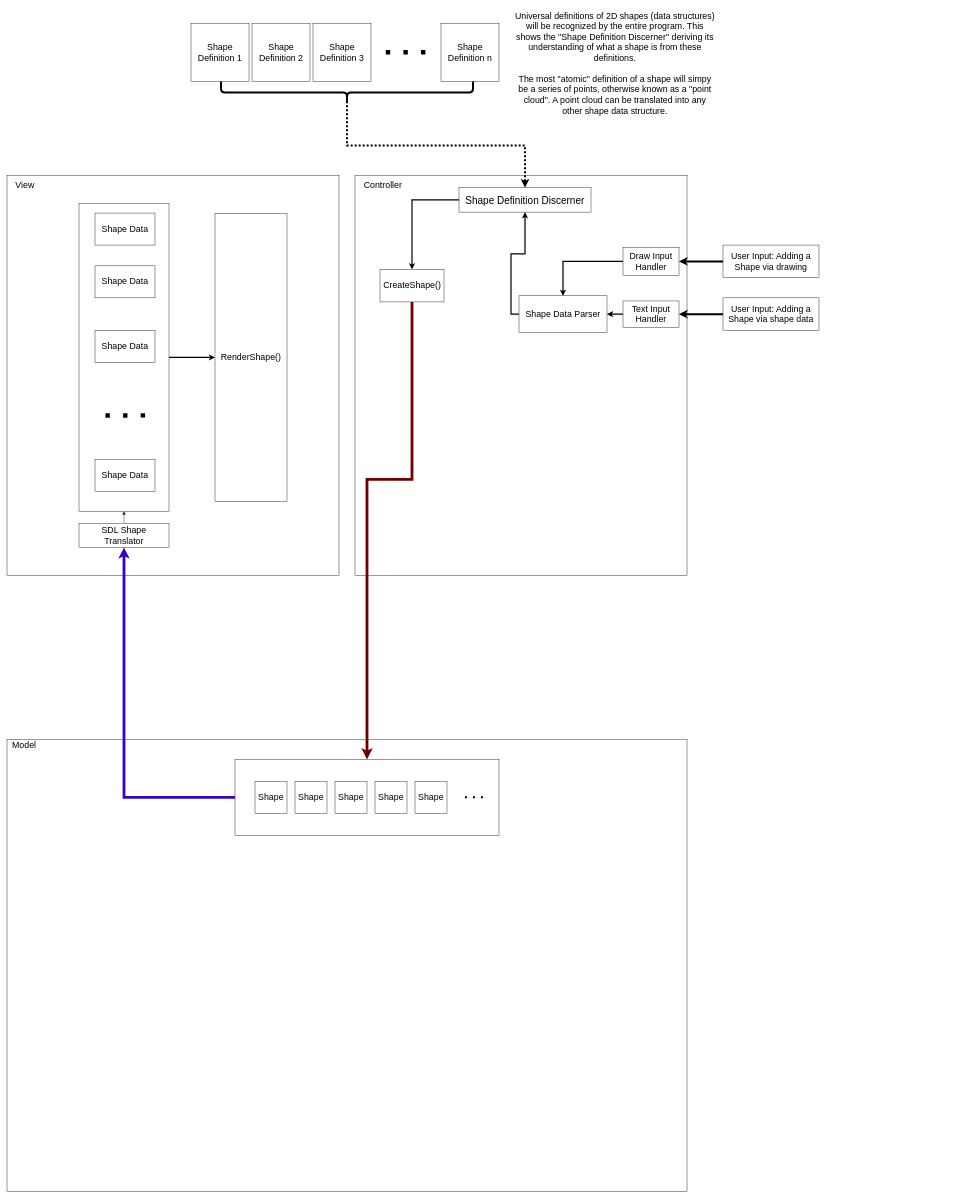
The draw.io diagram documentation/Architectural Diagrams/View Architecture.drawio in Argyraspides/Telos, before the edit. Source tidied: cells renumbered, new cells numbered last; positions are measured from the earlier drawing's top-left corner, leaving out a move shared by most shapes. Both pictures are drawn from the tidied source at 40%, with x=0, y=0 at pixel (7, 7).
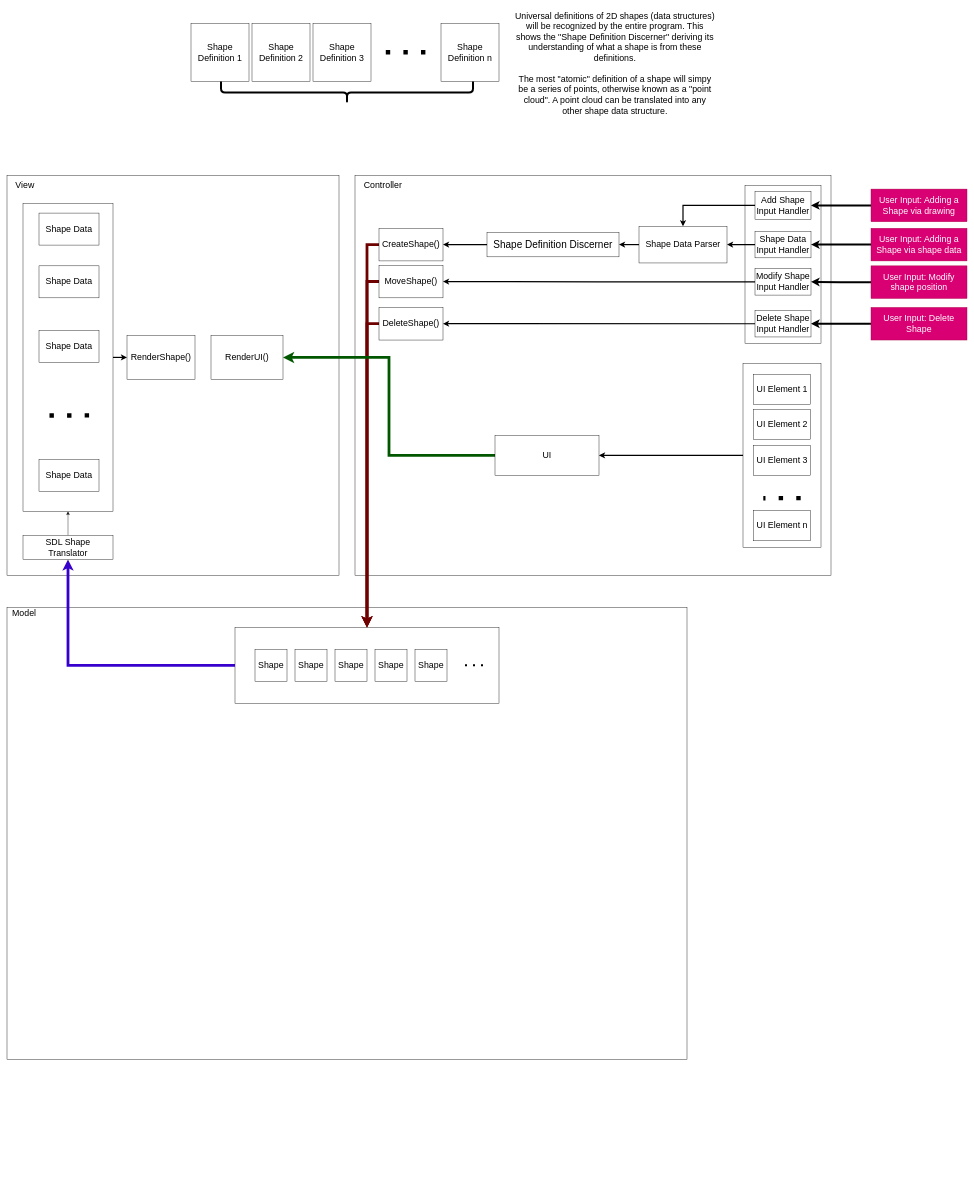
The same page after the edit.

Commit message (it also covers changes not shown here):
Added simple model view and added shape adder

Unchanged cells that the change refers to:
```xml
<mxCell id="7" style="rounded=0;whiteSpace=wrap;html=1;" parent="6" vertex="1">
  <mxGeometry width="660" height="190" as="geometry" />
</mxCell>
<mxCell id="20" style="shape=curlyBracket;whiteSpace=wrap;html=1;rounded=1;flipH=1;labelPosition=right;verticalLabelPosition=middle;align=left;verticalAlign=middle;direction=north;size=0.5;strokeWidth=5;" parent="14" vertex="1">
  <mxGeometry x="75" y="145" width="630" height="55" as="geometry" />
</mxCell>
```

Change to the diagram source:
```diff
@@
     <mxCell id="3" style="group;" parent="1" vertex="1">
-      <mxGeometry y="1831" width="1700" height="1130" as="geometry" />
+      <mxGeometry y="1501" width="1700" height="1130" as="geometry" />
     </mxCell>
@@
     <mxCell id="21" style="rounded=0;whiteSpace=wrap;html=1;" parent="1" vertex="1">
-      <mxGeometry x="870" y="421" width="830" height="1000" as="geometry" />
+      <mxGeometry x="870" y="421" width="1190" height="1000" as="geometry" />
     </mxCell>
     <mxCell id="22" value="Shape Definition Discerner" style="rounded=0;whiteSpace=wrap;html=1;fontSize=25;" parent="1" vertex="1">
-      <mxGeometry x="1130" y="451.6" width="330" height="61.2" as="geometry" />
+      <mxGeometry x="1200" y="563.4" width="330" height="61.2" as="geometry" />
     </mxCell>
+    <mxCell id="36" style="edgeStyle=orthogonalEdgeStyle;rounded=0;jettySize=auto;html=1;exitX=0;exitY=0.5;exitDx=0;exitDy=0;entryX=0.5;entryY=0;entryDx=0;entryDy=0;strokeWidth=7;fillColor=#a20025;strokeColor=#6F0000;" parent="1" edge="1" source="23" target="7">
+      <mxGeometry relative="1" as="geometry" />
+    </mxCell>
     <mxCell id="23" value="&lt;font style=&quot;font-size: 22px;&quot;&gt;CreateShape()&lt;/font&gt;" style="rounded=0;whiteSpace=wrap;html=1;" parent="1" vertex="1">
-      <mxGeometry x="932.5" y="655.7" width="160" height="81.6" as="geometry" />
+      <mxGeometry x="930" y="553.2" width="160" height="81.6" as="geometry" />
     </mxCell>
-    <mxCell id="24" style="edgeStyle=orthogonalEdgeStyle;rounded=0;jettySize=auto;html=1;exitX=0;exitY=0.5;exitDx=0;exitDy=0;entryX=0.5;entryY=0;entryDx=0;entryDy=0;strokeWidth=3;" parent="1" edge="1" source="22" target="23">
+    <mxCell id="24" style="edgeStyle=orthogonalEdgeStyle;rounded=0;jettySize=auto;html=1;exitX=0;exitY=0.5;exitDx=0;exitDy=0;entryX=1;entryY=0.5;entryDx=0;entryDy=0;strokeWidth=3;" parent="1" edge="1" source="22" target="23">
       <mxGeometry relative="1" as="geometry" />
     </mxCell>
-    <mxCell id="25" value="Draw Input&lt;br&gt;Handler" style="rounded=0;whiteSpace=wrap;html=1;fontSize=22;" parent="1" vertex="1">
-      <mxGeometry x="1540" y="601" width="140" height="70" as="geometry" />
-    </mxCell>
-    <mxCell id="26" style="edgeStyle=orthogonalEdgeStyle;rounded=0;jettySize=auto;html=1;exitX=0;exitY=0.5;exitDx=0;exitDy=0;entryX=0.5;entryY=1;entryDx=0;entryDy=0;strokeWidth=3;" parent="1" edge="1" source="27" target="22">
+    <mxCell id="26" style="edgeStyle=orthogonalEdgeStyle;rounded=0;jettySize=auto;html=1;exitX=0;exitY=0.5;exitDx=0;exitDy=0;entryX=1;entryY=0.5;entryDx=0;entryDy=0;strokeWidth=3;" parent="1" edge="1" source="27" target="22">
       <mxGeometry relative="1" as="geometry" />
     </mxCell>
     <mxCell id="27" value="Shape Data Parser" style="rounded=0;whiteSpace=wrap;html=1;fontSize=22;" parent="1" vertex="1">
-      <mxGeometry x="1280" y="722" width="220" height="91.8" as="geometry" />
+      <mxGeometry x="1580" y="548.1" width="220" height="91.8" as="geometry" />
     </mxCell>
-    <mxCell id="28" style="edgeStyle=orthogonalEdgeStyle;rounded=0;jettySize=auto;html=1;exitX=0;exitY=0.5;exitDx=0;exitDy=0;entryX=0.5;entryY=0;entryDx=0;entryDy=0;strokeWidth=3;" parent="1" edge="1" source="25" target="27">
-      <mxGeometry relative="1" as="geometry" />
-    </mxCell>
-    <mxCell id="29" value="User Input: Adding a Shape via drawing" style="rounded=0;whiteSpace=wrap;html=1;fontSize=22;" parent="1" vertex="1">
-      <mxGeometry x="1790" y="595.2" width="240" height="81.6" as="geometry" />
+    <mxCell id="29" value="User Input: Adding a Shape via drawing" style="rounded=0;whiteSpace=wrap;html=1;fontSize=22;fillColor=#d80073;fontColor=#ffffff;strokeColor=#A50040;" parent="1" vertex="1">
+      <mxGeometry x="2160" y="455.2" width="240" height="81.6" as="geometry" />
     </mxCell>
-    <mxCell id="30" style="edgeStyle=orthogonalEdgeStyle;rounded=0;jettySize=auto;html=1;exitX=0;exitY=0.5;exitDx=0;exitDy=0;entryX=1;entryY=0.5;entryDx=0;entryDy=0;strokeWidth=5;" parent="1" edge="1" source="29" target="25">
-      <mxGeometry relative="1" as="geometry" />
-    </mxCell>
-    <mxCell id="31" value="User Input: Adding a Shape via shape data" style="rounded=0;whiteSpace=wrap;html=1;fontSize=22;" parent="1" vertex="1">
-      <mxGeometry x="1790" y="727.1" width="240" height="81.6" as="geometry" />
+    <mxCell id="31" value="User Input: Adding a Shape via shape data" style="rounded=0;whiteSpace=wrap;html=1;fontSize=22;fillColor=#d80073;fontColor=#ffffff;strokeColor=#A50040;" parent="1" vertex="1">
+      <mxGeometry x="2160" y="553.2" width="240" height="81.6" as="geometry" />
     </mxCell>
-    <mxCell id="32" style="edgeStyle=orthogonalEdgeStyle;rounded=0;jettySize=auto;html=1;exitX=0;exitY=0.5;exitDx=0;exitDy=0;entryX=1;entryY=0.5;entryDx=0;entryDy=0;strokeWidth=3;" parent="1" edge="1" source="33" target="27">
-      <mxGeometry relative="1" as="geometry" />
-    </mxCell>
-    <mxCell id="33" value="Text Input&lt;br&gt;Handler" style="rounded=0;whiteSpace=wrap;html=1;fontSize=22;" parent="1" vertex="1">
-      <mxGeometry x="1540" y="734.9" width="140" height="66.1" as="geometry" />
-    </mxCell>
-    <mxCell id="34" style="edgeStyle=orthogonalEdgeStyle;rounded=0;jettySize=auto;html=1;exitX=0;exitY=0.5;exitDx=0;exitDy=0;entryX=1;entryY=0.5;entryDx=0;entryDy=0;strokeWidth=5;" parent="1" edge="1" source="31" target="33">
-      <mxGeometry relative="1" as="geometry" />
-    </mxCell>
@@
-    <mxCell id="36" style="edgeStyle=orthogonalEdgeStyle;rounded=0;jettySize=auto;html=1;exitX=0.5;exitY=1;exitDx=0;exitDy=0;entryX=0.5;entryY=0;entryDx=0;entryDy=0;fillColor=#a20025;strokeColor=#6F0000;strokeWidth=7;" parent="1" edge="1" source="23" target="7">
-      <mxGeometry relative="1" as="geometry">
-        <Array as="points">
-          <mxPoint x="1013" y="1181" />
-          <mxPoint x="900" y="1181" />
-          <mxPoint x="900" y="1551" />
-        </Array>
-      </mxGeometry>
-    </mxCell>
-    <mxCell id="37" style="edgeStyle=orthogonalEdgeStyle;rounded=0;jettySize=auto;html=1;entryX=0.5;entryY=0;entryDx=0;entryDy=0;strokeWidth=5;dashed=1;dashPattern=1 1;exitX=0.1;exitY=0.5;exitDx=0;exitDy=0;exitPerimeter=0;" parent="1" edge="1" source="20" target="22">
-      <mxGeometry relative="1" as="geometry" />
-    </mxCell>
@@
     <mxCell id="40" value="&lt;font style=&quot;font-size: 22px;&quot;&gt;RenderShape()&lt;/font&gt;" style="rounded=0;whiteSpace=wrap;html=1;" parent="1" vertex="1">
-      <mxGeometry x="520" y="516" width="180" height="720" as="geometry" />
+      <mxGeometry x="300" y="821" width="170" height="110" as="geometry" />
     </mxCell>
@@
+    <mxCell id="48" style="edgeStyle=orthogonalEdgeStyle;rounded=0;jettySize=auto;html=1;exitX=0.5;exitY=0;exitDx=0;exitDy=0;entryX=0.5;entryY=1;entryDx=0;entryDy=0;" parent="1" edge="1" source="49" target="42">
+      <mxGeometry relative="1" as="geometry" />
+    </mxCell>
+    <mxCell id="49" value="SDL Shape&lt;br&gt;Translator" style="rounded=0;whiteSpace=wrap;html=1;fontSize=22;" parent="1" vertex="1">
+      <mxGeometry x="40" y="1321" width="225" height="60" as="geometry" />
+    </mxCell>
+    <mxCell id="50" style="edgeStyle=orthogonalEdgeStyle;rounded=0;jettySize=auto;html=1;exitX=0;exitY=0.5;exitDx=0;exitDy=0;entryX=0.5;entryY=1;entryDx=0;entryDy=0;fillColor=#6a00ff;strokeColor=#3700CC;strokeWidth=7;" parent="1" edge="1" source="7" target="49">
+      <mxGeometry relative="1" as="geometry" />
+    </mxCell>
+    <mxCell id="51" value="User Input: Modify shape position" style="rounded=0;whiteSpace=wrap;html=1;fontSize=22;fillColor=#d80073;fontColor=#ffffff;strokeColor=#A50040;" parent="1" vertex="1">
+      <mxGeometry x="2160" y="647.1" width="240" height="81.6" as="geometry" />
+    </mxCell>
+    <mxCell id="52" style="edgeStyle=orthogonalEdgeStyle;rounded=0;jettySize=auto;html=1;exitX=0;exitY=0.5;exitDx=0;exitDy=0;entryX=0.5;entryY=0;entryDx=0;entryDy=0;strokeWidth=7;fillColor=#a20025;strokeColor=#6F0000;" parent="1" edge="1" source="53" target="7">
+      <mxGeometry relative="1" as="geometry" />
+    </mxCell>
+    <mxCell id="53" value="&lt;font style=&quot;font-size: 22px;&quot;&gt;MoveShape()&lt;/font&gt;" style="rounded=0;whiteSpace=wrap;html=1;" parent="1" vertex="1">
+      <mxGeometry x="930" y="645.5" width="160" height="81.6" as="geometry" />
+    </mxCell>
+    <mxCell id="54" style="rounded=0;whiteSpace=wrap;html=1;" parent="1" vertex="1">
+      <mxGeometry x="1845" y="446" width="190" height="395" as="geometry" />
+    </mxCell>
+    <mxCell id="25" value="Add Shape Input Handler" style="rounded=0;whiteSpace=wrap;html=1;fontSize=22;" parent="1" vertex="1">
+      <mxGeometry x="1870" y="461" width="140" height="70" as="geometry" />
+    </mxCell>
+    <mxCell id="33" value="Shape Data Input Handler" style="rounded=0;whiteSpace=wrap;html=1;fontSize=22;" parent="1" vertex="1">
+      <mxGeometry x="1870" y="561" width="140" height="66.1" as="geometry" />
+    </mxCell>
+    <mxCell id="55" style="edgeStyle=orthogonalEdgeStyle;rounded=0;jettySize=auto;html=1;exitX=0;exitY=0.5;exitDx=0;exitDy=0;entryX=1;entryY=0.5;entryDx=0;entryDy=0;strokeWidth=3;" parent="1" edge="1" source="56" target="53">
+      <mxGeometry relative="1" as="geometry" />
+    </mxCell>
+    <mxCell id="56" value="Modify Shape Input Handler" style="rounded=0;whiteSpace=wrap;html=1;fontSize=22;" parent="1" vertex="1">
+      <mxGeometry x="1870" y="654.1" width="140" height="66.1" as="geometry" />
+    </mxCell>
+    <mxCell id="30" style="edgeStyle=orthogonalEdgeStyle;rounded=0;jettySize=auto;html=1;exitX=0;exitY=0.5;exitDx=0;exitDy=0;entryX=1;entryY=0.5;entryDx=0;entryDy=0;strokeWidth=5;" parent="1" edge="1" source="29" target="25">
+      <mxGeometry relative="1" as="geometry" />
+    </mxCell>
+    <mxCell id="34" style="edgeStyle=orthogonalEdgeStyle;rounded=0;jettySize=auto;html=1;exitX=0;exitY=0.5;exitDx=0;exitDy=0;entryX=1;entryY=0.5;entryDx=0;entryDy=0;strokeWidth=5;" parent="1" edge="1" source="31" target="33">
+      <mxGeometry relative="1" as="geometry" />
+    </mxCell>
+    <mxCell id="57" style="edgeStyle=orthogonalEdgeStyle;rounded=0;jettySize=auto;html=1;exitX=0;exitY=0.5;exitDx=0;exitDy=0;entryX=1;entryY=0.5;entryDx=0;entryDy=0;strokeWidth=5;" parent="1" edge="1" source="51" target="56">
+      <mxGeometry relative="1" as="geometry" />
+    </mxCell>
+    <mxCell id="32" style="edgeStyle=orthogonalEdgeStyle;rounded=0;jettySize=auto;html=1;exitX=0;exitY=0.5;exitDx=0;exitDy=0;entryX=1;entryY=0.5;entryDx=0;entryDy=0;strokeWidth=3;" parent="1" edge="1" source="33" target="27">
+      <mxGeometry relative="1" as="geometry" />
+    </mxCell>
+    <mxCell id="28" style="edgeStyle=orthogonalEdgeStyle;rounded=0;jettySize=auto;html=1;exitX=0;exitY=0.5;exitDx=0;exitDy=0;entryX=0.5;entryY=0;entryDx=0;entryDy=0;strokeWidth=3;" parent="1" edge="1" source="25" target="27">
+      <mxGeometry relative="1" as="geometry" />
+    </mxCell>
+    <mxCell id="58" style="edgeStyle=orthogonalEdgeStyle;rounded=0;jettySize=auto;html=1;exitX=0;exitY=0.5;exitDx=0;exitDy=0;entryX=0.5;entryY=0;entryDx=0;entryDy=0;fillColor=#a20025;strokeColor=#6F0000;strokeWidth=7;" parent="1" edge="1" source="59" target="7">
+      <mxGeometry relative="1" as="geometry" />
+    </mxCell>
+    <mxCell id="59" value="&lt;font style=&quot;font-size: 22px;&quot;&gt;DeleteShape()&lt;/font&gt;" style="rounded=0;whiteSpace=wrap;html=1;" parent="1" vertex="1">
+      <mxGeometry x="930" y="751" width="160" height="81.6" as="geometry" />
+    </mxCell>
+    <mxCell id="60" style="edgeStyle=orthogonalEdgeStyle;rounded=0;jettySize=auto;html=1;exitX=0;exitY=0.5;exitDx=0;exitDy=0;entryX=1;entryY=0.5;entryDx=0;entryDy=0;strokeWidth=5;" parent="1" edge="1" source="61" target="63">
+      <mxGeometry relative="1" as="geometry" />
+    </mxCell>
+    <mxCell id="61" value="User Input: Delete Shape" style="rounded=0;whiteSpace=wrap;html=1;fontSize=22;fillColor=#d80073;fontColor=#ffffff;strokeColor=#A50040;" parent="1" vertex="1">
+      <mxGeometry x="2160" y="751" width="240" height="81.6" as="geometry" />
+    </mxCell>
+    <mxCell id="62" style="edgeStyle=orthogonalEdgeStyle;rounded=0;jettySize=auto;html=1;exitX=0;exitY=0.5;exitDx=0;exitDy=0;entryX=1;entryY=0.5;entryDx=0;entryDy=0;strokeWidth=3;" parent="1" edge="1" source="63" target="59">
+      <mxGeometry relative="1" as="geometry" />
+    </mxCell>
+    <mxCell id="63" value="Delete Shape Input Handler" style="rounded=0;whiteSpace=wrap;html=1;fontSize=22;" parent="1" vertex="1">
+      <mxGeometry x="1870" y="758.8" width="140" height="66.1" as="geometry" />
+    </mxCell>
+    <mxCell id="64" style="group;" parent="1" vertex="1">
+      <mxGeometry x="40" y="491" width="225" height="770" as="geometry" />
+    </mxCell>
-    <mxCell id="42" style="rounded=0;whiteSpace=wrap;html=1;" parent="1" vertex="1">
-      <mxGeometry x="180" y="491" width="225" height="770" as="geometry" />
+    <mxCell id="42" style="rounded=0;whiteSpace=wrap;html=1;" parent="64" vertex="1">
+      <mxGeometry width="225" height="770" as="geometry" />
     </mxCell>
-    <mxCell id="43" style="endArrow=none;dashed=1;html=1;dashPattern=1 3;strokeWidth=11;rounded=0;" parent="1" edge="1">
+    <mxCell id="43" style="endArrow=none;dashed=1;html=1;dashPattern=1 3;strokeWidth=11;rounded=0;" parent="64" edge="1">
       <mxGeometry relative="1" as="geometry">
-        <mxPoint x="345.2" y="1021" as="sourcePoint" />
-        <mxPoint x="244.8" y="1021.3" as="targetPoint" />
+        <mxPoint x="165.2" y="530" as="sourcePoint" />
+        <mxPoint x="64.8" y="530.3" as="targetPoint" />
       </mxGeometry>
     </mxCell>
-    <mxCell id="44" value="&lt;font style=&quot;font-size: 22px;&quot;&gt;Shape Data&lt;/font&gt;" style="rounded=0;whiteSpace=wrap;html=1;" parent="1" vertex="1">
-      <mxGeometry x="220" y="515.2" width="150" height="80" as="geometry" />
+    <mxCell id="44" value="&lt;font style=&quot;font-size: 22px;&quot;&gt;Shape Data&lt;/font&gt;" style="rounded=0;whiteSpace=wrap;html=1;" parent="64" vertex="1">
+      <mxGeometry x="40" y="24.2" width="150" height="80" as="geometry" />
     </mxCell>
-    <mxCell id="45" value="&lt;font style=&quot;font-size: 22px;&quot;&gt;Shape Data&lt;/font&gt;" style="rounded=0;whiteSpace=wrap;html=1;" parent="1" vertex="1">
-      <mxGeometry x="220" y="647.1" width="150" height="80" as="geometry" />
+    <mxCell id="45" value="&lt;font style=&quot;font-size: 22px;&quot;&gt;Shape Data&lt;/font&gt;" style="rounded=0;whiteSpace=wrap;html=1;" parent="64" vertex="1">
+      <mxGeometry x="40" y="156.1" width="150" height="80" as="geometry" />
     </mxCell>
-    <mxCell id="46" value="&lt;font style=&quot;font-size: 22px;&quot;&gt;Shape Data&lt;/font&gt;" style="rounded=0;whiteSpace=wrap;html=1;" parent="1" vertex="1">
-      <mxGeometry x="220" y="808.8" width="150" height="80" as="geometry" />
+    <mxCell id="46" value="&lt;font style=&quot;font-size: 22px;&quot;&gt;Shape Data&lt;/font&gt;" style="rounded=0;whiteSpace=wrap;html=1;" parent="64" vertex="1">
+      <mxGeometry x="40" y="317.8" width="150" height="80" as="geometry" />
     </mxCell>
-    <mxCell id="47" value="&lt;font style=&quot;font-size: 22px;&quot;&gt;Shape Data&lt;/font&gt;" style="rounded=0;whiteSpace=wrap;html=1;" parent="1" vertex="1">
-      <mxGeometry x="220" y="1131" width="150" height="80" as="geometry" />
+    <mxCell id="47" value="&lt;font style=&quot;font-size: 22px;&quot;&gt;Shape Data&lt;/font&gt;" style="rounded=0;whiteSpace=wrap;html=1;" parent="64" vertex="1">
+      <mxGeometry x="40" y="640" width="150" height="80" as="geometry" />
     </mxCell>
-    <mxCell id="48" style="edgeStyle=orthogonalEdgeStyle;rounded=0;jettySize=auto;html=1;exitX=0.5;exitY=0;exitDx=0;exitDy=0;entryX=0.5;entryY=1;entryDx=0;entryDy=0;" parent="1" edge="1" source="49" target="42">
-      <mxGeometry relative="1" as="geometry" />
-    </mxCell>
-    <mxCell id="49" value="SDL Shape&lt;br&gt;Translator" style="rounded=0;whiteSpace=wrap;html=1;fontSize=22;" parent="1" vertex="1">
-      <mxGeometry x="180" y="1291" width="225" height="60" as="geometry" />
-    </mxCell>
-    <mxCell id="50" style="edgeStyle=orthogonalEdgeStyle;rounded=0;jettySize=auto;html=1;exitX=0;exitY=0.5;exitDx=0;exitDy=0;entryX=0.5;entryY=1;entryDx=0;entryDy=0;fillColor=#6a00ff;strokeColor=#3700CC;strokeWidth=7;" parent="1" edge="1" source="7" target="49">
-      <mxGeometry relative="1" as="geometry" />
-    </mxCell>
+    <mxCell id="65" value="&lt;font style=&quot;font-size: 22px;&quot;&gt;RenderUI()&lt;/font&gt;" style="rounded=0;whiteSpace=wrap;html=1;" parent="1" vertex="1">
+      <mxGeometry x="510" y="821" width="180" height="110" as="geometry" />
+    </mxCell>
+    <mxCell id="66" style="edgeStyle=orthogonalEdgeStyle;rounded=0;jettySize=auto;html=1;exitX=0;exitY=0.5;exitDx=0;exitDy=0;entryX=1;entryY=0.5;entryDx=0;entryDy=0;strokeWidth=3;" parent="1" edge="1" source="70" target="68">
+      <mxGeometry relative="1" as="geometry" />
+    </mxCell>
+    <mxCell id="67" style="edgeStyle=orthogonalEdgeStyle;rounded=0;jettySize=auto;html=1;exitX=0;exitY=0.5;exitDx=0;exitDy=0;entryX=1;entryY=0.5;entryDx=0;entryDy=0;strokeWidth=7;fillColor=#008a00;strokeColor=#005700;" parent="1" edge="1" source="68" target="65">
+      <mxGeometry relative="1" as="geometry" />
+    </mxCell>
+    <mxCell id="68" value="UI" style="rounded=0;whiteSpace=wrap;html=1;fontSize=22;" parent="1" vertex="1">
+      <mxGeometry x="1220" y="1071" width="260" height="100" as="geometry" />
+    </mxCell>
+    <mxCell id="69" style="group;" parent="1" vertex="1">
+      <mxGeometry x="1840" y="891" width="195" height="460" as="geometry" />
+    </mxCell>
+    <mxCell id="70" style="rounded=0;whiteSpace=wrap;html=1;" parent="69" vertex="1">
+      <mxGeometry width="195" height="460" as="geometry" />
+    </mxCell>
+    <mxCell id="71" value="UI Element 1" style="rounded=0;whiteSpace=wrap;html=1;fontSize=22;" parent="69" vertex="1">
+      <mxGeometry x="25.5" y="28" width="143.9" height="75.4" as="geometry" />
+    </mxCell>
+    <mxCell id="72" value="UI Element 2" style="rounded=0;whiteSpace=wrap;html=1;fontSize=22;" parent="69" vertex="1">
+      <mxGeometry x="25.5" y="115" width="143.9" height="75.4" as="geometry" />
+    </mxCell>
+    <mxCell id="73" value="UI Element 3" style="rounded=0;whiteSpace=wrap;html=1;fontSize=22;" parent="69" vertex="1">
+      <mxGeometry x="25.5" y="205.4" width="143.9" height="75.4" as="geometry" />
+    </mxCell>
+    <mxCell id="74" style="endArrow=none;dashed=1;html=1;dashPattern=1 3;strokeWidth=11;rounded=0;" parent="69" edge="1">
+      <mxGeometry relative="1" as="geometry">
+        <mxPoint x="144.2" y="336.8" as="sourcePoint" />
+        <mxPoint x="50.8" y="337" as="targetPoint" />
+      </mxGeometry>
+    </mxCell>
+    <mxCell id="75" value="UI Element n" style="rounded=0;whiteSpace=wrap;html=1;fontSize=22;" parent="69" vertex="1">
+      <mxGeometry x="25.5" y="368.1" width="143.9" height="75.4" as="geometry" />
+    </mxCell>
```
